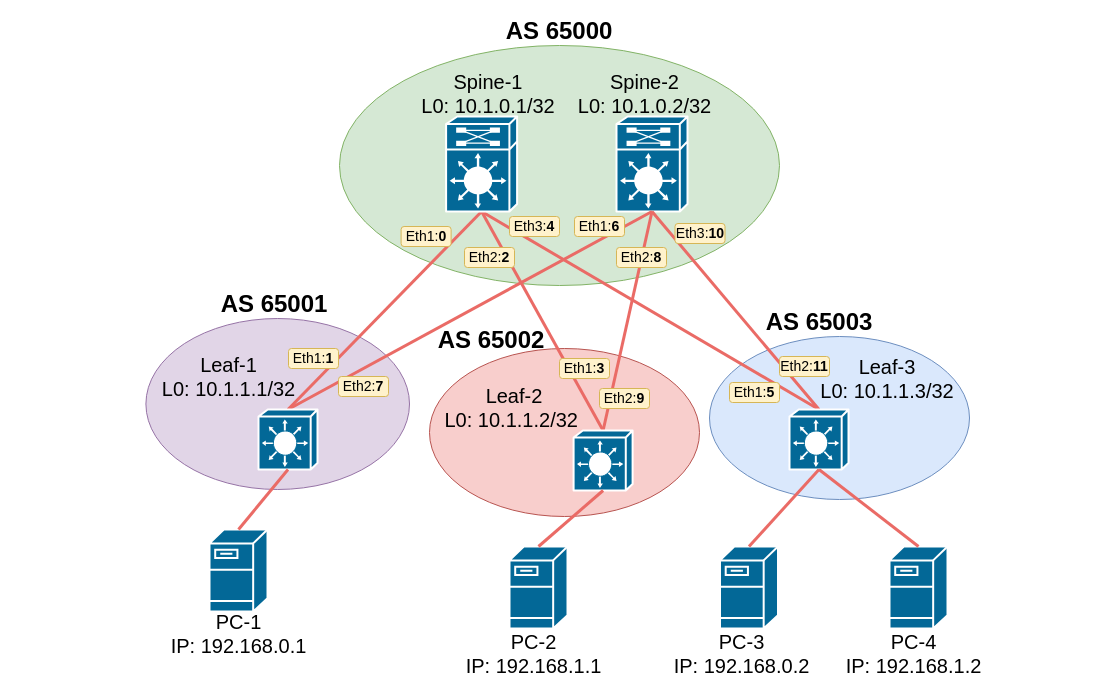
Tema-sudo/OTUS_DC_network_design keeps this draw.io diagram as lab_06/dz-6_topo_VxLAN_EVPNL3.drawio. Above is the earlier version. Source tidied: cells renumbered, new cells numbered last; positions are measured from the earlier drawing's top-left corner, leaving out a move shared by most shapes. Both pictures are drawn from the tidied source at 100%, with x=0, y=0 at pixel (139, 17).
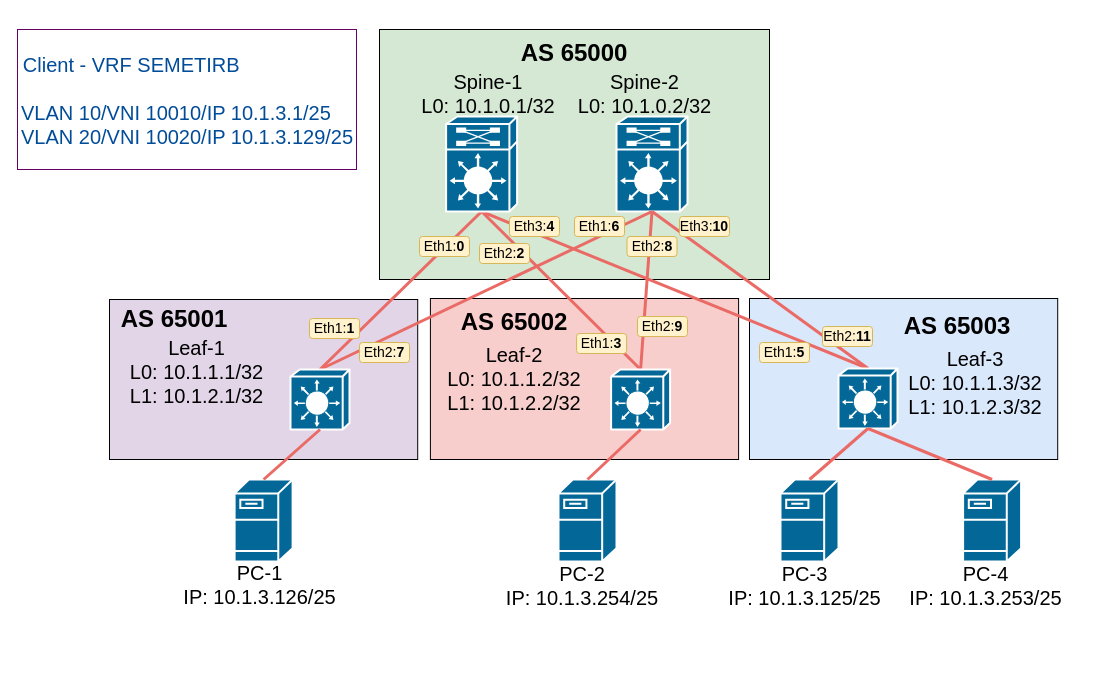
The same diagram, later.

What changed in the source:
```diff
@@
-    <mxCell id="2" style="ellipse;whiteSpace=wrap;html=1;fillColor=#dae8fc;strokeColor=#6c8ebf;" parent="1" vertex="1">
-      <mxGeometry x="570" y="319" width="260" height="163" as="geometry" />
-    </mxCell>
-    <mxCell id="3" style="ellipse;whiteSpace=wrap;html=1;fillColor=#f8cecc;strokeColor=#b85450;" parent="1" vertex="1">
-      <mxGeometry x="290" y="331" width="270" height="168" as="geometry" />
-    </mxCell>
-    <mxCell id="4" style="ellipse;whiteSpace=wrap;html=1;fillColor=#e1d5e7;strokeColor=#9673a6;" parent="1" vertex="1">
-      <mxGeometry x="6.4" y="301" width="263.6" height="171" as="geometry" />
-    </mxCell>
-    <mxCell id="5" style="ellipse;whiteSpace=wrap;html=1;fillColor=#d5e8d4;strokeColor=#82b366;" parent="1" vertex="1">
-      <mxGeometry x="200" y="28" width="440" height="240" as="geometry" />
-    </mxCell>
+    <mxCell id="50" style="rounded=0;whiteSpace=wrap;html=1;fillColor=#dae8fc;strokeColor=#000000;" parent="1" vertex="1">
+      <mxGeometry x="610" y="281" width="308.2" height="161" as="geometry" />
+    </mxCell>
+    <mxCell id="51" style="rounded=0;whiteSpace=wrap;html=1;fillColor=#f8cecc;strokeColor=#000000;" parent="1" vertex="1">
+      <mxGeometry x="290.9" y="281" width="308.2" height="161" as="geometry" />
+    </mxCell>
+    <mxCell id="52" style="rounded=0;whiteSpace=wrap;html=1;fillColor=#e1d5e7;strokeColor=#000000;" parent="1" vertex="1">
+      <mxGeometry x="-30" y="282" width="308.2" height="160" as="geometry" />
+    </mxCell>
+    <mxCell id="53" style="rounded=0;whiteSpace=wrap;html=1;fillColor=#d5e8d4;strokeColor=#000000;" parent="1" vertex="1">
+      <mxGeometry x="240" y="12" width="390" height="250" as="geometry" />
+    </mxCell>
@@
-    <mxCell id="10" value="Leaf-1&lt;br&gt;L0:&amp;nbsp;10.1.1.1/32" style="text;html=1;strokeColor=none;fillColor=none;align=center;verticalAlign=middle;whiteSpace=wrap;rounded=0;fontSize=20;fontFamily=Helvetica;horizontal=1;" parent="1" vertex="1">
-      <mxGeometry x="12" y="334" width="155" height="50" as="geometry" />
+    <mxCell id="10" value="Leaf-1&lt;br&gt;L0: 10.1.1.1/32&lt;br&gt;L1: 10.1.2.1/32" style="text;html=1;strokeColor=none;fillColor=none;align=center;verticalAlign=middle;whiteSpace=wrap;rounded=0;fontSize=20;fontFamily=Helvetica;horizontal=1;" parent="1" vertex="1">
+      <mxGeometry x="-20" y="329" width="155" height="50" as="geometry" />
     </mxCell>
@@
-    <mxCell id="12" value="Leaf-3&lt;br&gt;L0:&amp;nbsp;10.1.1.3/32" style="text;html=1;strokeColor=none;fillColor=none;align=center;verticalAlign=middle;whiteSpace=wrap;rounded=0;fontSize=20;fontFamily=Helvetica;horizontal=1;" parent="1" vertex="1">
-      <mxGeometry x="670" y="341" width="156" height="40" as="geometry" />
+    <mxCell id="12" value="Leaf-3&lt;br&gt;L0:&amp;nbsp;10.1.1.3/32&lt;br&gt;L1:&amp;nbsp;10.1.2.3/32" style="text;html=1;strokeColor=none;fillColor=none;align=center;verticalAlign=middle;whiteSpace=wrap;rounded=0;fontSize=20;fontFamily=Helvetica;horizontal=1;" parent="1" vertex="1">
+      <mxGeometry x="758" y="345" width="156" height="40" as="geometry" />
     </mxCell>
@@
     <mxCell id="17" value="Eth1:&lt;b&gt;1&lt;/b&gt;" style="text;html=1;strokeColor=#d6b656;fillColor=#fff2cc;align=center;verticalAlign=middle;whiteSpace=wrap;rounded=1;fontSize=14;fontFamily=Helvetica;horizontal=1;" parent="1" vertex="1">
-      <mxGeometry x="149" y="331" width="50" height="20" as="geometry" />
+      <mxGeometry x="170" y="301" width="50" height="20" as="geometry" />
     </mxCell>
     <mxCell id="18" value="AS 65000" style="text;html=1;strokeColor=none;fillColor=none;align=center;verticalAlign=middle;whiteSpace=wrap;rounded=0;fontSize=24;fontFamily=Helvetica;horizontal=1;fontStyle=1;fontColor=#000000;" parent="1" vertex="1">
-      <mxGeometry x="285" width="270" height="28" as="geometry" />
+      <mxGeometry x="300" y="22" width="270" height="28" as="geometry" />
     </mxCell>
     <mxCell id="19" value="Eth2:&lt;b&gt;7&lt;/b&gt;" style="text;html=1;strokeColor=#d6b656;fillColor=#fff2cc;align=center;verticalAlign=middle;whiteSpace=wrap;rounded=1;fontSize=14;fontFamily=Helvetica;horizontal=1;" parent="1" vertex="1">
-      <mxGeometry x="199" y="359" width="50" height="20" as="geometry" />
+      <mxGeometry x="220" y="325" width="50" height="20" as="geometry" />
     </mxCell>
     <mxCell id="20" value="Eth1:&lt;b&gt;0&lt;/b&gt;" style="text;html=1;strokeColor=#d6b656;fillColor=#fff2cc;align=center;verticalAlign=middle;whiteSpace=wrap;rounded=1;fontSize=14;fontFamily=Helvetica;horizontal=1;" parent="1" vertex="1">
-      <mxGeometry x="261.6" y="209" width="50" height="20" as="geometry" />
+      <mxGeometry x="280" y="219" width="50" height="20" as="geometry" />
     </mxCell>
     <mxCell id="21" value="Eth2:&lt;b&gt;2&lt;/b&gt;" style="text;html=1;strokeColor=#d6b656;fillColor=#fff2cc;align=center;verticalAlign=middle;whiteSpace=wrap;rounded=1;fontSize=14;fontFamily=Helvetica;horizontal=1;" parent="1" vertex="1">
-      <mxGeometry x="325" y="230" width="50" height="20" as="geometry" />
+      <mxGeometry x="340" y="226" width="50" height="20" as="geometry" />
     </mxCell>
     <mxCell id="22" value="Eth1:&lt;b&gt;3&lt;/b&gt;" style="text;html=1;strokeColor=#d6b656;fillColor=#fff2cc;align=center;verticalAlign=middle;whiteSpace=wrap;rounded=1;fontSize=14;fontFamily=Helvetica;horizontal=1;" parent="1" vertex="1">
-      <mxGeometry x="420" y="341" width="50" height="20" as="geometry" />
+      <mxGeometry x="437.1" y="316" width="50" height="20" as="geometry" />
     </mxCell>
@@
     <mxCell id="25" value="Eth1:&lt;b&gt;5&lt;/b&gt;" style="text;html=1;strokeColor=#d6b656;fillColor=#fff2cc;align=center;verticalAlign=middle;whiteSpace=wrap;rounded=1;fontSize=14;fontFamily=Helvetica;horizontal=1;" parent="1" vertex="1">
-      <mxGeometry x="590" y="365" width="50" height="20" as="geometry" />
+      <mxGeometry x="620" y="325" width="50" height="20" as="geometry" />
     </mxCell>
     <mxCell id="26" value="Eth2:&lt;b&gt;9&lt;/b&gt;" style="text;html=1;strokeColor=#d6b656;fillColor=#fff2cc;align=center;verticalAlign=middle;whiteSpace=wrap;rounded=1;fontSize=14;fontFamily=Helvetica;horizontal=1;" parent="1" vertex="1">
-      <mxGeometry x="460" y="371" width="50" height="20" as="geometry" />
+      <mxGeometry x="498" y="299" width="50" height="20" as="geometry" />
     </mxCell>
     <mxCell id="27" value="Eth2:&lt;b&gt;8&lt;/b&gt;" style="text;html=1;strokeColor=#d6b656;fillColor=#fff2cc;align=center;verticalAlign=middle;whiteSpace=wrap;rounded=1;fontSize=14;fontFamily=Helvetica;horizontal=1;" parent="1" vertex="1">
-      <mxGeometry x="477" y="230" width="50" height="20" as="geometry" />
+      <mxGeometry x="487.5" y="219" width="50" height="20" as="geometry" />
     </mxCell>
     <mxCell id="28" value="Eth3:&lt;b&gt;10&lt;/b&gt;" style="text;html=1;strokeColor=#d6b656;fillColor=#fff2cc;align=center;verticalAlign=middle;whiteSpace=wrap;rounded=1;fontSize=14;fontFamily=Helvetica;horizontal=1;" parent="1" vertex="1">
-      <mxGeometry x="535.5" y="206" width="50" height="20" as="geometry" />
+      <mxGeometry x="540" y="199" width="50" height="20" as="geometry" />
     </mxCell>
     <mxCell id="29" value="Eth2:&lt;b&gt;11&lt;/b&gt;" style="text;html=1;strokeColor=#d6b656;fillColor=#fff2cc;align=center;verticalAlign=middle;whiteSpace=wrap;rounded=1;fontSize=14;fontFamily=Helvetica;horizontal=1;" parent="1" vertex="1">
-      <mxGeometry x="640" y="339" width="50" height="20" as="geometry" />
+      <mxGeometry x="683" y="309" width="50" height="20" as="geometry" />
     </mxCell>
     <mxCell id="30" value="AS 65001" style="text;html=1;strokeColor=none;fillColor=none;align=center;verticalAlign=middle;whiteSpace=wrap;rounded=0;fontSize=24;fontFamily=Helvetica;horizontal=1;fontStyle=1;fontColor=#000000;" parent="1" vertex="1">
-      <mxGeometry y="273" width="270" height="28" as="geometry" />
+      <mxGeometry x="-100" y="288" width="270" height="28" as="geometry" />
     </mxCell>
     <mxCell id="31" value="AS 65002" style="text;html=1;strokeColor=none;fillColor=none;align=center;verticalAlign=middle;whiteSpace=wrap;rounded=0;fontSize=24;fontFamily=Helvetica;horizontal=1;fontStyle=1;fontColor=#000000;" parent="1" vertex="1">
-      <mxGeometry x="217.1" y="309" width="270" height="28" as="geometry" />
+      <mxGeometry x="240" y="291" width="270" height="28" as="geometry" />
     </mxCell>
     <mxCell id="32" value="AS 65003" style="text;html=1;strokeColor=none;fillColor=none;align=center;verticalAlign=middle;whiteSpace=wrap;rounded=0;fontSize=24;fontFamily=Helvetica;horizontal=1;fontStyle=1;fontColor=#000000;" parent="1" vertex="1">
-      <mxGeometry x="544.5" y="291" width="270" height="28" as="geometry" />
+      <mxGeometry x="683" y="295" width="270" height="28" as="geometry" />
     </mxCell>
-    <mxCell id="33" value="Leaf-2&lt;br&gt;L0:&amp;nbsp;10.1.1.2/32&amp;nbsp;" style="text;html=1;strokeColor=none;fillColor=none;align=center;verticalAlign=middle;whiteSpace=wrap;rounded=0;fontSize=20;fontFamily=Helvetica;horizontal=1;" parent="1" vertex="1">
-      <mxGeometry x="300" y="365" width="150" height="50" as="geometry" />
+    <mxCell id="33" value="Leaf-2&lt;br&gt;L0:&amp;nbsp;10.1.1.2/32&lt;br&gt;L1:&amp;nbsp;10.1.2.2/32" style="text;html=1;strokeColor=none;fillColor=none;align=center;verticalAlign=middle;whiteSpace=wrap;rounded=0;fontSize=20;fontFamily=Helvetica;horizontal=1;" parent="1" vertex="1">
+      <mxGeometry x="300" y="336" width="150" height="50" as="geometry" />
     </mxCell>
@@
     <mxCell id="35" style="shape=mxgraph.cisco.switches.layer_3_switch;sketch=0;html=1;dashed=0;fillColor=#036897;strokeColor=#ffffff;strokeWidth=2;verticalLabelPosition=bottom;verticalAlign=top;align=center;outlineConnect=0;hachureGap=4;jiggle=2;curveFitting=1;fontFamily=Architects Daughter;fontSize=20;" parent="1" vertex="1">
-      <mxGeometry x="119" y="392" width="59" height="60" as="geometry" />
+      <mxGeometry x="151" y="352" width="59" height="60" as="geometry" />
     </mxCell>
     <mxCell id="36" style="shape=mxgraph.cisco.switches.layer_3_switch;sketch=0;html=1;dashed=0;fillColor=#036897;strokeColor=#ffffff;strokeWidth=2;verticalLabelPosition=bottom;verticalAlign=top;align=center;outlineConnect=0;hachureGap=4;jiggle=2;curveFitting=1;fontFamily=Architects Daughter;fontSize=20;" parent="1" vertex="1">
-      <mxGeometry x="434.1" y="413" width="59" height="60" as="geometry" />
+      <mxGeometry x="471.6" y="352" width="59" height="60" as="geometry" />
     </mxCell>
     <mxCell id="37" style="shape=mxgraph.cisco.switches.layer_3_switch;sketch=0;html=1;dashed=0;fillColor=#036897;strokeColor=#ffffff;strokeWidth=2;verticalLabelPosition=bottom;verticalAlign=top;align=center;outlineConnect=0;hachureGap=4;jiggle=2;curveFitting=1;fontFamily=Architects Daughter;fontSize=20;" parent="1" vertex="1">
-      <mxGeometry x="650" y="392" width="59" height="60" as="geometry" />
+      <mxGeometry x="699" y="351" width="59" height="60" as="geometry" />
     </mxCell>
     <mxCell id="38" style="shape=mxgraph.cisco.servers.fileserver;sketch=0;html=1;dashed=0;fillColor=#036897;strokeColor=#ffffff;strokeWidth=2;verticalLabelPosition=bottom;verticalAlign=top;align=center;outlineConnect=0;" parent="1" vertex="1">
-      <mxGeometry x="70" y="512" width="58" height="82" as="geometry" />
+      <mxGeometry x="95.1" y="462" width="58" height="82" as="geometry" />
     </mxCell>
     <mxCell id="39" style="shape=mxgraph.cisco.servers.fileserver;sketch=0;html=1;dashed=0;fillColor=#036897;strokeColor=#ffffff;strokeWidth=2;verticalLabelPosition=bottom;verticalAlign=top;align=center;outlineConnect=0;" parent="1" vertex="1">
-      <mxGeometry x="370" y="529" width="58" height="82" as="geometry" />
+      <mxGeometry x="419" y="462" width="58" height="82" as="geometry" />
     </mxCell>
     <mxCell id="40" style="shape=mxgraph.cisco.servers.fileserver;sketch=0;html=1;dashed=0;fillColor=#036897;strokeColor=#ffffff;strokeWidth=2;verticalLabelPosition=bottom;verticalAlign=top;align=center;outlineConnect=0;" parent="1" vertex="1">
-      <mxGeometry x="580.5" y="529" width="58" height="82" as="geometry" />
+      <mxGeometry x="641" y="462" width="58" height="82" as="geometry" />
     </mxCell>
@@
-    <mxCell id="44" value="PC-1&lt;br&gt;IP: 192.168.0.1" style="text;html=1;strokeColor=none;fillColor=none;align=center;verticalAlign=middle;whiteSpace=wrap;rounded=0;fontSize=20;fontFamily=Helvetica;horizontal=1;" parent="1" vertex="1">
-      <mxGeometry x="18.5" y="602" width="161" height="28" as="geometry" />
+    <mxCell id="44" value="PC-1&lt;br&gt;IP: 10.1.3.126/25" style="text;html=1;strokeColor=none;fillColor=none;align=center;verticalAlign=middle;whiteSpace=wrap;rounded=0;fontSize=20;fontFamily=Helvetica;horizontal=1;" parent="1" vertex="1">
+      <mxGeometry x="40" y="559.5" width="161" height="14" as="geometry" />
     </mxCell>
-    <mxCell id="45" value="PC-2&lt;br&gt;IP: 192.168.1.1" style="text;html=1;strokeColor=none;fillColor=none;align=center;verticalAlign=middle;whiteSpace=wrap;rounded=0;fontSize=20;fontFamily=Helvetica;horizontal=1;" parent="1" vertex="1">
-      <mxGeometry x="320" y="622" width="149" height="28" as="geometry" />
+    <mxCell id="45" value="PC-2&lt;br&gt;IP: 10.1.3.254/25" style="text;html=1;strokeColor=none;fillColor=none;align=center;verticalAlign=middle;whiteSpace=wrap;rounded=0;fontSize=20;fontFamily=Helvetica;horizontal=1;" parent="1" vertex="1">
+      <mxGeometry x="363" y="553.5" width="160" height="28" as="geometry" />
     </mxCell>
-    <mxCell id="46" value="PC-3&lt;br&gt;IP: 192.168.0.2" style="text;html=1;strokeColor=none;fillColor=none;align=center;verticalAlign=middle;whiteSpace=wrap;rounded=0;fontSize=20;fontFamily=Helvetica;horizontal=1;" parent="1" vertex="1">
-      <mxGeometry x="527" y="622" width="150.5" height="28" as="geometry" />
+    <mxCell id="46" value="PC-3&lt;br&gt;IP: 10.1.3.125/25" style="text;html=1;strokeColor=none;fillColor=none;align=center;verticalAlign=middle;whiteSpace=wrap;rounded=0;fontSize=20;fontFamily=Helvetica;horizontal=1;" parent="1" vertex="1">
+      <mxGeometry x="578.5" y="555.5" width="173" height="25" as="geometry" />
     </mxCell>
     <mxCell id="47" style="shape=mxgraph.cisco.servers.fileserver;sketch=0;html=1;dashed=0;fillColor=#036897;strokeColor=#ffffff;strokeWidth=2;verticalLabelPosition=bottom;verticalAlign=top;align=center;outlineConnect=0;" parent="1" vertex="1">
-      <mxGeometry x="750" y="529" width="58" height="82" as="geometry" />
+      <mxGeometry x="823.6" y="462" width="58" height="82" as="geometry" />
     </mxCell>
-    <mxCell id="48" value="PC-4&lt;br&gt;IP: 192.168.1.2" style="text;html=1;strokeColor=none;fillColor=none;align=center;verticalAlign=middle;whiteSpace=wrap;rounded=0;fontSize=20;fontFamily=Helvetica;horizontal=1;" parent="1" vertex="1">
-      <mxGeometry x="699" y="622" width="151" height="28" as="geometry" />
+    <mxCell id="48" value="PC-4&lt;br&gt;IP: 10.1.3.253/25" style="text;html=1;strokeColor=none;fillColor=none;align=center;verticalAlign=middle;whiteSpace=wrap;rounded=0;fontSize=20;fontFamily=Helvetica;horizontal=1;" parent="1" vertex="1">
+      <mxGeometry x="766.1" y="554" width="161" height="28" as="geometry" />
     </mxCell>
@@
+    <mxCell id="54" style="rounded=0;whiteSpace=wrap;html=1;strokeColor=#660066;strokeWidth=1;" parent="1" vertex="1">
+      <mxGeometry x="-122" y="12" width="339" height="140" as="geometry" />
+    </mxCell>
+    <mxCell id="55" value="&lt;font color=&quot;#004c99&quot;&gt;Client - VRF SEMETIRB&amp;nbsp;&lt;/font&gt;" style="text;html=1;strokeColor=none;fillColor=none;align=center;verticalAlign=middle;whiteSpace=wrap;rounded=0;fontSize=20;fontFamily=Helvetica;horizontal=1;strokeWidth=0;" parent="1" vertex="1">
+      <mxGeometry x="-120" y="22" width="230" height="50" as="geometry" />
+    </mxCell>
+    <mxCell id="56" value="&lt;div&gt;&lt;font color=&quot;#004c99&quot;&gt;VLAN 10/VNI 10010/IP 10.1.3.1/25&lt;/font&gt;&lt;/div&gt;&lt;div&gt;&lt;font color=&quot;#004c99&quot;&gt;VLAN 20/VNI 10020/IP 10.1.3.129/25&lt;/font&gt;&lt;/div&gt;" style="text;html=1;strokeColor=none;fillColor=none;align=left;verticalAlign=middle;whiteSpace=wrap;rounded=0;fontSize=20;fontFamily=Helvetica;horizontal=1;strokeWidth=0;" parent="1" vertex="1">
+      <mxGeometry x="-120" y="82" width="340" height="50" as="geometry" />
+    </mxCell>
```
